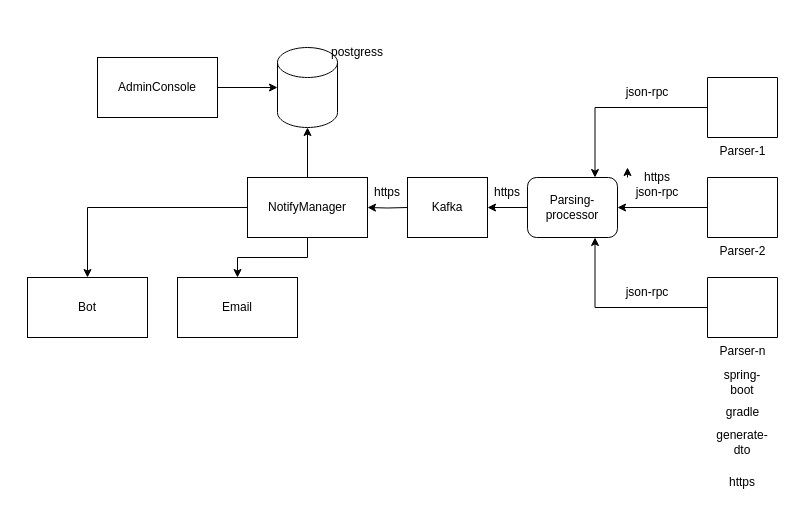
The draw.io diagram details.drawio in VOsipenkov/Nuclear-bot-doc, before the edit. Source tidied: cells renumbered, new cells numbered last; positions are measured from the earlier drawing's top-left corner, leaving out a move shared by most shapes. Both pictures are drawn from the tidied source at 100%, with x=0, y=0 at pixel (27, 37).
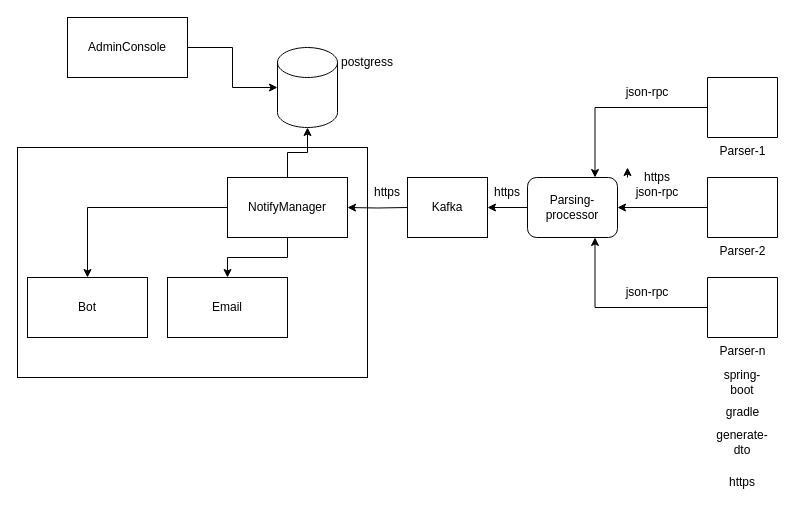
After the change.

Change to the diagram source:
```diff
@@
+    <mxCell id="34" style="rounded=0;whiteSpace=wrap;html=1;" parent="1" vertex="1">
+      <mxGeometry x="-10" y="110" width="350" height="230" as="geometry" />
+    </mxCell>
@@
     <mxCell id="14" value="NotifyManager" style="rounded=0;whiteSpace=wrap;html=1;" parent="1" vertex="1">
-      <mxGeometry x="220" y="140" width="120" height="60" as="geometry" />
+      <mxGeometry x="200" y="140" width="120" height="60" as="geometry" />
     </mxCell>
@@
     <mxCell id="16" value="Email" style="rounded=0;whiteSpace=wrap;html=1;" parent="1" vertex="1">
-      <mxGeometry x="150" y="240" width="120" height="60" as="geometry" />
+      <mxGeometry x="140" y="240" width="120" height="60" as="geometry" />
     </mxCell>
@@
     <mxCell id="32" value="AdminConsole" style="rounded=0;whiteSpace=wrap;html=1;" parent="1" vertex="1">
-      <mxGeometry x="70" y="20" width="120" height="60" as="geometry" />
+      <mxGeometry x="40" y="-20" width="120" height="60" as="geometry" />
     </mxCell>
     <mxCell id="33" value="postgress" style="text;html=1;strokeColor=none;fillColor=none;align=center;verticalAlign=middle;whiteSpace=wrap;rounded=0;" parent="1" vertex="1">
-      <mxGeometry x="300" width="60" height="30" as="geometry" />
+      <mxGeometry x="310" y="10" width="60" height="30" as="geometry" />
     </mxCell>
```
